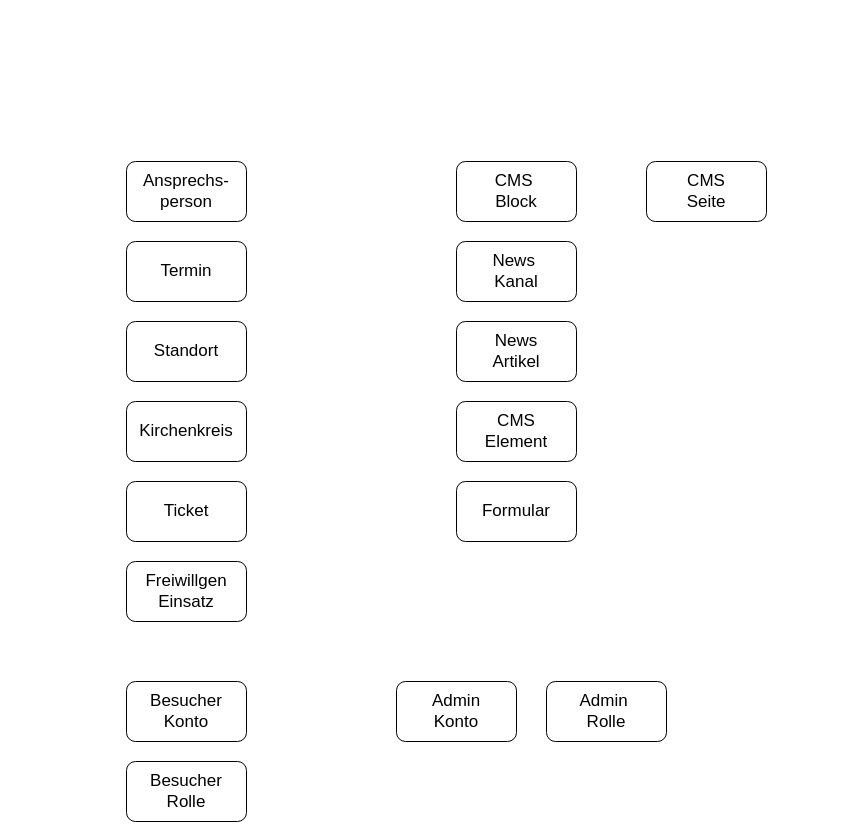
The draw.io diagram ref_kirche_entities.drawio in leedave/drawio_diagrams, before the edit. Source tidied: cells renumbered, new cells numbered last; positions are measured from the earlier drawing's top-left corner, leaving out a move shared by most shapes. Both pictures are drawn from the tidied source at 100%, with x=0, y=0 at pixel (126, 161).
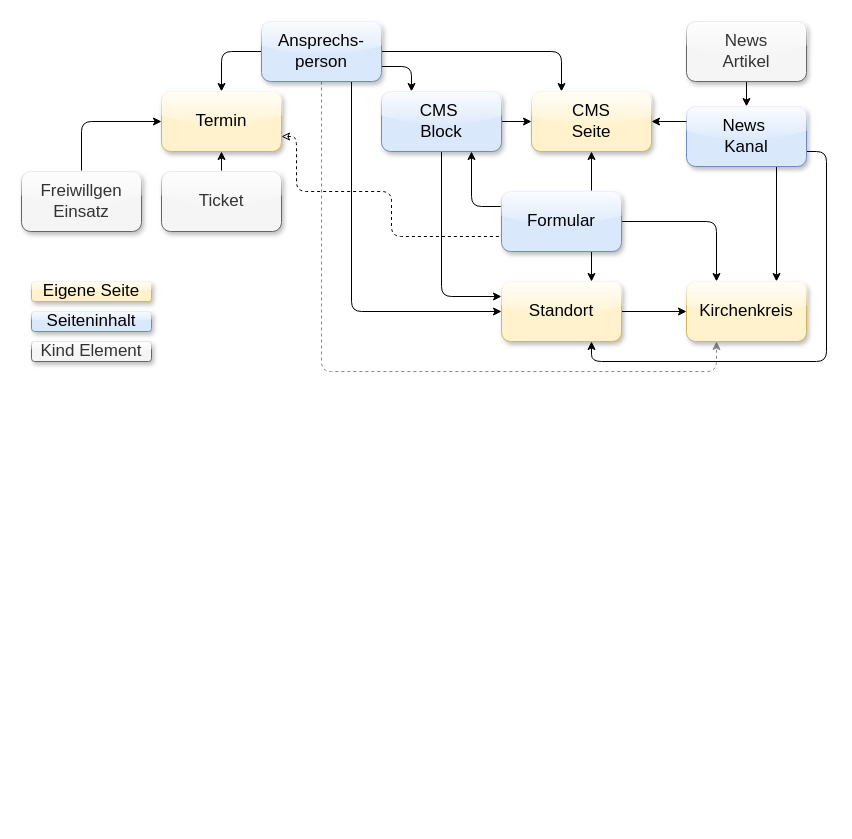
Above is the later version.

Change to the diagram source:
```diff
@@
+    <mxCell id="18" style="edgeStyle=orthogonalEdgeStyle;rounded=1;jettySize=auto;html=1;exitX=1;exitY=0.75;exitDx=0;exitDy=0;entryX=0.25;entryY=0;entryDx=0;entryDy=0;endArrow=classic;startFill=0;curved=0;endFill=1;" parent="1" edge="1" source="2" target="6">
+      <mxGeometry relative="1" as="geometry" />
+    </mxCell>
+    <mxCell id="19" style="edgeStyle=orthogonalEdgeStyle;rounded=1;jettySize=auto;html=1;exitX=1;exitY=0.5;exitDx=0;exitDy=0;entryX=0.25;entryY=0;entryDx=0;entryDy=0;endArrow=classic;startFill=0;curved=0;endFill=1;" parent="1" edge="1" source="2" target="11">
+      <mxGeometry relative="1" as="geometry" />
+    </mxCell>
+    <mxCell id="20" style="edgeStyle=orthogonalEdgeStyle;jettySize=auto;html=1;exitX=0;exitY=0.5;exitDx=0;exitDy=0;entryX=0.5;entryY=0;entryDx=0;entryDy=0;endArrow=classic;startFill=0;endFill=1;" parent="1" edge="1" source="2" target="3">
+      <mxGeometry relative="1" as="geometry" />
+    </mxCell>
+    <mxCell id="21" style="edgeStyle=orthogonalEdgeStyle;jettySize=auto;html=1;exitX=0.75;exitY=1;exitDx=0;exitDy=0;entryX=0;entryY=0.5;entryDx=0;entryDy=0;" parent="1" edge="1" source="2" target="4">
+      <mxGeometry relative="1" as="geometry" />
+    </mxCell>
+    <mxCell id="22" style="edgeStyle=orthogonalEdgeStyle;jettySize=auto;html=1;exitX=0.5;exitY=1;exitDx=0;exitDy=0;shadow=0;strokeColor=light-dark(#878787, #ededed);dashed=1;entryX=0.25;entryY=1;entryDx=0;entryDy=0;" parent="1" edge="1" source="2" target="5">
+      <mxGeometry relative="1" as="geometry">
+        <Array as="points">
+          <mxPoint x="195" y="210" />
+          <mxPoint x="590" y="210" />
+        </Array>
+      </mxGeometry>
+    </mxCell>
-    <mxCell id="2" value="Ansprechs-person" style="rounded=1;whiteSpace=wrap;html=1;fontSize=17;" parent="1" vertex="1">
-      <mxGeometry width="120" height="60" as="geometry" />
+    <mxCell id="2" value="Ansprechs-person" style="rounded=1;whiteSpace=wrap;html=1;fontSize=17;glass=1;shadow=1;fillColor=#dae8fc;strokeColor=#6c8ebf;" parent="1" vertex="1">
+      <mxGeometry x="135" y="-140" width="120" height="60" as="geometry" />
     </mxCell>
+    <mxCell id="23" style="edgeStyle=orthogonalEdgeStyle;jettySize=auto;html=1;exitX=1;exitY=0.75;exitDx=0;exitDy=0;entryX=0;entryY=0.75;entryDx=0;entryDy=0;startArrow=classic;startFill=0;endArrow=none;dashed=1;" parent="1" edge="1" source="3" target="13">
+      <mxGeometry relative="1" as="geometry">
+        <Array as="points">
+          <mxPoint x="170" y="-25" />
+          <mxPoint x="170" y="30" />
+          <mxPoint x="265" y="30" />
+          <mxPoint x="265" y="75" />
+        </Array>
+      </mxGeometry>
+    </mxCell>
-    <mxCell id="3" value="Termin" style="rounded=1;whiteSpace=wrap;html=1;fontSize=17;" parent="1" vertex="1">
-      <mxGeometry y="80" width="120" height="60" as="geometry" />
+    <mxCell id="3" value="Termin" style="rounded=1;whiteSpace=wrap;html=1;fontSize=17;glass=1;shadow=1;fillColor=#fff2cc;strokeColor=#d6b656;" parent="1" vertex="1">
+      <mxGeometry x="35" y="-70" width="120" height="60" as="geometry" />
     </mxCell>
+    <mxCell id="24" style="edgeStyle=orthogonalEdgeStyle;jettySize=auto;html=1;exitX=1;exitY=0.5;exitDx=0;exitDy=0;endArrow=classic;startFill=0;startArrow=none;endFill=1;" parent="1" edge="1" source="4" target="5">
+      <mxGeometry relative="1" as="geometry" />
+    </mxCell>
+    <mxCell id="25" style="edgeStyle=orthogonalEdgeStyle;jettySize=auto;html=1;exitX=0;exitY=0.25;exitDx=0;exitDy=0;entryX=0.5;entryY=1;entryDx=0;entryDy=0;startArrow=classic;startFill=1;endArrow=none;" parent="1" edge="1" source="4" target="6">
+      <mxGeometry relative="1" as="geometry" />
+    </mxCell>
-    <mxCell id="4" value="Standort" style="rounded=1;whiteSpace=wrap;html=1;fontSize=17;" parent="1" vertex="1">
-      <mxGeometry y="160" width="120" height="60" as="geometry" />
+    <mxCell id="4" value="Standort" style="rounded=1;whiteSpace=wrap;html=1;fontSize=17;glass=1;shadow=1;fillColor=#fff2cc;strokeColor=#d6b656;" parent="1" vertex="1">
+      <mxGeometry x="375" y="120" width="120" height="60" as="geometry" />
     </mxCell>
+    <mxCell id="26" style="edgeStyle=orthogonalEdgeStyle;jettySize=auto;html=1;exitX=0.75;exitY=0;exitDx=0;exitDy=0;entryX=0.75;entryY=1;entryDx=0;entryDy=0;endArrow=none;startFill=1;endFill=1;startArrow=classic;" parent="1" edge="1" source="5" target="10">
+      <mxGeometry relative="1" as="geometry" />
+    </mxCell>
+    <mxCell id="27" style="edgeStyle=orthogonalEdgeStyle;jettySize=auto;html=1;exitX=0.25;exitY=0;exitDx=0;exitDy=0;entryX=1;entryY=0.5;entryDx=0;entryDy=0;startArrow=classic;startFill=1;endArrow=none;" parent="1" edge="1" source="5" target="13">
+      <mxGeometry relative="1" as="geometry" />
+    </mxCell>
-    <mxCell id="5" value="Kirchenkreis" style="rounded=1;whiteSpace=wrap;html=1;fontSize=17;" parent="1" vertex="1">
-      <mxGeometry y="240" width="120" height="60" as="geometry" />
+    <mxCell id="5" value="Kirchenkreis" style="rounded=1;whiteSpace=wrap;html=1;fontSize=17;glass=1;shadow=1;fillColor=#fff2cc;strokeColor=#d6b656;" parent="1" vertex="1">
+      <mxGeometry x="560" y="120" width="120" height="60" as="geometry" />
     </mxCell>
+    <mxCell id="28" style="edgeStyle=orthogonalEdgeStyle;jettySize=auto;html=1;exitX=1;exitY=0.5;exitDx=0;exitDy=0;entryX=0;entryY=0.5;entryDx=0;entryDy=0;" parent="1" edge="1" source="6" target="11">
+      <mxGeometry relative="1" as="geometry" />
+    </mxCell>
-    <mxCell id="6" value="CMS&amp;nbsp;&lt;div&gt;Block&lt;/div&gt;" style="rounded=1;whiteSpace=wrap;html=1;fontSize=17;" parent="1" vertex="1">
-      <mxGeometry x="330" width="120" height="60" as="geometry" />
+    <mxCell id="6" value="CMS&amp;nbsp;&lt;div&gt;Block&lt;/div&gt;" style="rounded=1;whiteSpace=wrap;html=1;fontSize=17;glass=1;shadow=1;fillColor=#dae8fc;strokeColor=#6c8ebf;" parent="1" vertex="1">
+      <mxGeometry x="255" y="-70" width="120" height="60" as="geometry" />
     </mxCell>
+    <mxCell id="29" style="edgeStyle=orthogonalEdgeStyle;jettySize=auto;html=1;exitX=0.5;exitY=0;exitDx=0;exitDy=0;entryX=0.5;entryY=1;entryDx=0;entryDy=0;endArrow=classic;startFill=0;endFill=1;" parent="1" edge="1" source="7" target="3">
+      <mxGeometry relative="1" as="geometry" />
+    </mxCell>
-    <mxCell id="7" value="Ticket" style="rounded=1;whiteSpace=wrap;html=1;fontSize=17;" parent="1" vertex="1">
-      <mxGeometry y="320" width="120" height="60" as="geometry" />
+    <mxCell id="7" value="Ticket" style="rounded=1;whiteSpace=wrap;html=1;fontSize=17;glass=1;shadow=1;fillColor=#f5f5f5;fontColor=#333333;strokeColor=#666666;" parent="1" vertex="1">
+      <mxGeometry x="35" y="10" width="120" height="60" as="geometry" />
     </mxCell>
+    <mxCell id="30" style="edgeStyle=orthogonalEdgeStyle;jettySize=auto;html=1;exitX=0.5;exitY=0;exitDx=0;exitDy=0;entryX=0;entryY=0.5;entryDx=0;entryDy=0;endArrow=classic;startFill=0;endFill=1;" parent="1" edge="1" source="8" target="3">
+      <mxGeometry relative="1" as="geometry" />
+    </mxCell>
-    <mxCell id="8" value="Freiwillgen Einsatz" style="rounded=1;whiteSpace=wrap;html=1;fontSize=17;" parent="1" vertex="1">
-      <mxGeometry y="400" width="120" height="60" as="geometry" />
+    <mxCell id="8" value="Freiwillgen Einsatz" style="rounded=1;whiteSpace=wrap;html=1;fontSize=17;glass=1;shadow=1;fillColor=#f5f5f5;fontColor=#333333;strokeColor=#666666;" parent="1" vertex="1">
+      <mxGeometry x="-105" y="10" width="120" height="60" as="geometry" />
     </mxCell>
+    <mxCell id="31" style="edgeStyle=orthogonalEdgeStyle;jettySize=auto;html=1;exitX=0.5;exitY=1;exitDx=0;exitDy=0;entryX=0.5;entryY=0;entryDx=0;entryDy=0;endArrow=classic;startFill=0;rounded=1;curved=0;endFill=1;" parent="1" edge="1" source="9" target="10">
+      <mxGeometry relative="1" as="geometry" />
+    </mxCell>
-    <mxCell id="9" value="News&lt;div&gt;Artikel&lt;/div&gt;" style="rounded=1;whiteSpace=wrap;html=1;fontSize=17;" parent="1" vertex="1">
-      <mxGeometry x="330" y="160" width="120" height="60" as="geometry" />
+    <mxCell id="9" value="News&lt;div&gt;Artikel&lt;/div&gt;" style="rounded=1;whiteSpace=wrap;html=1;fontSize=17;glass=1;shadow=1;fillColor=#f5f5f5;strokeColor=#666666;fontColor=#333333;" parent="1" vertex="1">
+      <mxGeometry x="560" y="-140" width="120" height="60" as="geometry" />
     </mxCell>
+    <mxCell id="32" style="edgeStyle=orthogonalEdgeStyle;jettySize=auto;html=1;exitX=1;exitY=0.75;exitDx=0;exitDy=0;entryX=0.75;entryY=1;entryDx=0;entryDy=0;" parent="1" edge="1" source="10" target="4">
+      <mxGeometry relative="1" as="geometry" />
+    </mxCell>
-    <mxCell id="10" value="News&amp;nbsp;&lt;div&gt;Kanal&lt;/div&gt;" style="rounded=1;whiteSpace=wrap;html=1;fontSize=17;" parent="1" vertex="1">
-      <mxGeometry x="330" y="80" width="120" height="60" as="geometry" />
+    <mxCell id="10" value="News&amp;nbsp;&lt;div&gt;Kanal&lt;/div&gt;" style="rounded=1;whiteSpace=wrap;html=1;fontSize=17;glass=1;shadow=1;fillColor=#dae8fc;strokeColor=#6c8ebf;" parent="1" vertex="1">
+      <mxGeometry x="560" y="-55" width="120" height="60" as="geometry" />
     </mxCell>
+    <mxCell id="33" style="edgeStyle=orthogonalEdgeStyle;jettySize=auto;html=1;exitX=1;exitY=0.5;exitDx=0;exitDy=0;entryX=0;entryY=0.25;entryDx=0;entryDy=0;startArrow=classic;startFill=1;endArrow=none;" parent="1" edge="1" source="11" target="10">
+      <mxGeometry relative="1" as="geometry" />
+    </mxCell>
-    <mxCell id="11" value="CMS&lt;div&gt;Seite&lt;/div&gt;" style="rounded=1;whiteSpace=wrap;html=1;fontSize=17;" parent="1" vertex="1">
-      <mxGeometry x="520" width="120" height="60" as="geometry" />
+    <mxCell id="11" value="CMS&lt;div&gt;Seite&lt;/div&gt;" style="rounded=1;whiteSpace=wrap;html=1;fontSize=17;glass=1;shadow=1;fillColor=#fff2cc;strokeColor=#d6b656;" parent="1" vertex="1">
+      <mxGeometry x="405" y="-70" width="120" height="60" as="geometry" />
     </mxCell>
-    <mxCell id="12" value="CMS&lt;div&gt;Element&lt;/div&gt;" style="rounded=1;whiteSpace=wrap;html=1;fontSize=17;" parent="1" vertex="1">
-      <mxGeometry x="330" y="240" width="120" height="60" as="geometry" />
-    </mxCell>
+    <mxCell id="34" style="edgeStyle=orthogonalEdgeStyle;jettySize=auto;html=1;exitX=0.75;exitY=1;exitDx=0;exitDy=0;entryX=0.75;entryY=0;entryDx=0;entryDy=0;endArrow=classic;startFill=0;startArrow=none;endFill=1;" parent="1" edge="1" source="13" target="4">
+      <mxGeometry relative="1" as="geometry" />
+    </mxCell>
+    <mxCell id="35" style="edgeStyle=orthogonalEdgeStyle;jettySize=auto;html=1;exitX=0.75;exitY=0;exitDx=0;exitDy=0;entryX=0.5;entryY=1;entryDx=0;entryDy=0;endArrow=classic;startFill=0;endFill=1;" parent="1" edge="1" source="13" target="11">
+      <mxGeometry relative="1" as="geometry" />
+    </mxCell>
+    <mxCell id="36" style="edgeStyle=orthogonalEdgeStyle;jettySize=auto;html=1;exitX=0;exitY=0.25;exitDx=0;exitDy=0;entryX=0.75;entryY=1;entryDx=0;entryDy=0;" parent="1" edge="1" source="13" target="6">
+      <mxGeometry relative="1" as="geometry" />
+    </mxCell>
-    <mxCell id="13" value="Formular" style="rounded=1;whiteSpace=wrap;html=1;fontSize=17;" parent="1" vertex="1">
-      <mxGeometry x="330" y="320" width="120" height="60" as="geometry" />
+    <mxCell id="13" value="Formular" style="rounded=1;whiteSpace=wrap;html=1;fontSize=17;glass=1;shadow=1;fillColor=#dae8fc;strokeColor=#6c8ebf;" parent="1" vertex="1">
+      <mxGeometry x="375" y="30" width="120" height="60" as="geometry" />
     </mxCell>
-    <mxCell id="14" value="Besucher&lt;div&gt;Konto&lt;/div&gt;" style="rounded=1;whiteSpace=wrap;html=1;fontSize=17;" parent="1" vertex="1">
-      <mxGeometry y="520" width="120" height="60" as="geometry" />
-    </mxCell>
-    <mxCell id="15" value="Admin&lt;div&gt;Konto&lt;/div&gt;" style="rounded=1;whiteSpace=wrap;html=1;fontSize=17;" parent="1" vertex="1">
-      <mxGeometry x="270" y="520" width="120" height="60" as="geometry" />
-    </mxCell>
-    <mxCell id="16" value="Admin&amp;nbsp;&lt;div&gt;Rolle&lt;/div&gt;" style="rounded=1;whiteSpace=wrap;html=1;fontSize=17;" parent="1" vertex="1">
-      <mxGeometry x="420" y="520" width="120" height="60" as="geometry" />
-    </mxCell>
-    <mxCell id="17" value="Besucher&lt;div&gt;Rolle&lt;/div&gt;" style="rounded=1;whiteSpace=wrap;html=1;fontSize=17;" parent="1" vertex="1">
-      <mxGeometry y="600" width="120" height="60" as="geometry" />
-    </mxCell>
+    <mxCell id="37" value="Eigene Seite" style="rounded=1;whiteSpace=wrap;html=1;fontSize=17;glass=1;shadow=1;fillColor=#fff2cc;strokeColor=#d6b656;" parent="1" vertex="1">
+      <mxGeometry x="-95" y="120" width="120" height="20" as="geometry" />
+    </mxCell>
+    <mxCell id="38" value="Seiteninhalt" style="rounded=1;whiteSpace=wrap;html=1;fontSize=17;glass=1;shadow=1;fillColor=#dae8fc;strokeColor=#6c8ebf;" parent="1" vertex="1">
+      <mxGeometry x="-95" y="150" width="120" height="20" as="geometry" />
+    </mxCell>
+    <mxCell id="39" value="Kind Element" style="rounded=1;whiteSpace=wrap;html=1;fontSize=17;glass=1;shadow=1;fillColor=#f5f5f5;fontColor=#333333;strokeColor=#666666;" parent="1" vertex="1">
+      <mxGeometry x="-95" y="180" width="120" height="20" as="geometry" />
+    </mxCell>
```
